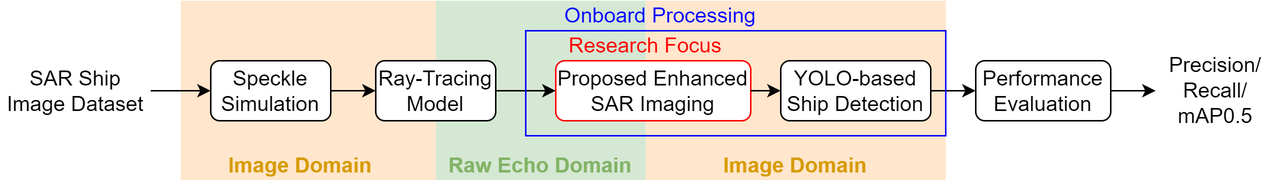
The draw.io diagram document/group_meeting/2026-08-24/figures/evaluation_framework.png in jentsechen/csa-sar-imaging, before a commit. Source tidied: cells renumbered, new cells last; positions are measured from the earlier drawing's top-left corner, leaving out a move shared by most shapes. Source of this version:
```xml
<mxGraphModel>
  <root>
    <mxCell id="0" />
    <mxCell id="1" parent="0" />
    <mxCell id="2" style="rounded=0;whiteSpace=wrap;html=1;fillColor=#d5e8d4;strokeColor=none;" parent="1" vertex="1">
      <mxGeometry x="290" width="140" height="120" as="geometry" />
    </mxCell>
    <mxCell id="3" style="rounded=0;whiteSpace=wrap;html=1;fillColor=#ffe6cc;strokeColor=none;" parent="1" vertex="1">
      <mxGeometry x="430" width="200" height="120" as="geometry" />
    </mxCell>
    <mxCell id="4" style="rounded=0;whiteSpace=wrap;html=1;fillColor=#ffe6cc;strokeColor=none;" parent="1" vertex="1">
      <mxGeometry x="120" width="170" height="120" as="geometry" />
    </mxCell>
    <mxCell id="5" style="endArrow=classic;html=1;rounded=0;entryX=0;entryY=0.5;entryDx=0;entryDy=0;exitX=1;exitY=0.5;exitDx=0;exitDy=0;" parent="1" edge="1" source="8" target="12">
      <mxGeometry relative="1" as="geometry" />
    </mxCell>
    <mxCell id="6" value="&lt;font style=&quot;font-size: 14px;&quot;&gt;Proposed Enhanced SAR Imaging&lt;/font&gt;" style="rounded=1;whiteSpace=wrap;html=1;strokeColor=#FF0000;" parent="1" vertex="1">
      <mxGeometry x="370" y="40" width="130" height="40" as="geometry" />
    </mxCell>
    <mxCell id="7" value="&lt;font style=&quot;font-size: 14px;&quot;&gt;Ray-Tracing Model&lt;/font&gt;" style="rounded=1;whiteSpace=wrap;html=1;" parent="1" vertex="1">
      <mxGeometry x="250" y="40" width="80" height="40" as="geometry" />
    </mxCell>
    <mxCell id="8" value="&lt;font style=&quot;font-size: 14px;&quot;&gt;SAR Ship Image Dataset&lt;/font&gt;" style="text;html=1;align=center;verticalAlign=middle;whiteSpace=wrap;rounded=0;" parent="1" vertex="1">
      <mxGeometry y="40" width="100" height="40" as="geometry" />
    </mxCell>
    <mxCell id="9" style="endArrow=classic;html=1;rounded=0;exitX=1;exitY=0.5;exitDx=0;exitDy=0;entryX=0;entryY=0.5;entryDx=0;entryDy=0;" parent="1" edge="1" source="7" target="6">
      <mxGeometry relative="1" as="geometry" />
    </mxCell>
    <mxCell id="10" value="&lt;font style=&quot;font-size: 14px;&quot;&gt;Performance Evaluation&lt;/font&gt;" style="rounded=1;whiteSpace=wrap;html=1;" parent="1" vertex="1">
      <mxGeometry x="650" y="40" width="90" height="40" as="geometry" />
    </mxCell>
    <mxCell id="11" style="endArrow=classic;html=1;rounded=0;entryX=0;entryY=0.5;entryDx=0;entryDy=0;exitX=1;exitY=0.5;exitDx=0;exitDy=0;" parent="1" edge="1" source="6" target="15">
      <mxGeometry relative="1" as="geometry" />
    </mxCell>
    <mxCell id="12" value="&lt;font style=&quot;font-size: 14px;&quot;&gt;Speckle Simulation&lt;/font&gt;" style="rounded=1;whiteSpace=wrap;html=1;" parent="1" vertex="1">
      <mxGeometry x="140" y="40" width="80" height="40" as="geometry" />
    </mxCell>
    <mxCell id="13" style="endArrow=classic;html=1;rounded=0;fontColor=#000000;exitX=1;exitY=0.5;exitDx=0;exitDy=0;entryX=0;entryY=0.5;entryDx=0;entryDy=0;" parent="1" edge="1" source="10" target="14">
      <mxGeometry relative="1" as="geometry" />
    </mxCell>
    <mxCell id="14" value="&lt;font style=&quot;font-size: 14px;&quot;&gt;Precision/ Recall/ mAP0.5&lt;/font&gt;" style="text;html=1;strokeColor=none;fillColor=none;align=center;verticalAlign=middle;whiteSpace=wrap;rounded=0;fontColor=#000000;" parent="1" vertex="1">
      <mxGeometry x="770" y="30" width="80" height="60" as="geometry" />
    </mxCell>
    <mxCell id="15" value="&lt;font style=&quot;font-size: 14px;&quot;&gt;YOLO-based Ship Detection&lt;/font&gt;" style="rounded=1;whiteSpace=wrap;html=1;" parent="1" vertex="1">
      <mxGeometry x="520" y="40" width="100" height="40" as="geometry" />
    </mxCell>
    <mxCell id="16" value="&lt;font style=&quot;font-size: 14px;&quot; color=&quot;#ff0000&quot;&gt;Research Focus&lt;/font&gt;" style="text;html=1;align=center;verticalAlign=middle;whiteSpace=wrap;rounded=0;" parent="1" vertex="1">
      <mxGeometry x="370" y="20" width="120" height="20" as="geometry" />
    </mxCell>
    <mxCell id="17" style="endArrow=classic;html=1;rounded=0;exitX=1;exitY=0.5;exitDx=0;exitDy=0;entryX=0;entryY=0.5;entryDx=0;entryDy=0;" parent="1" edge="1" source="15" target="10">
      <mxGeometry relative="1" as="geometry" />
    </mxCell>
    <mxCell id="18" value="&lt;font style=&quot;font-size: 14px;&quot; color=&quot;#0000ff&quot;&gt;Onboard Processing&lt;/font&gt;" style="text;html=1;align=center;verticalAlign=middle;whiteSpace=wrap;rounded=0;" parent="1" vertex="1">
      <mxGeometry x="370" width="140" height="20" as="geometry" />
    </mxCell>
    <mxCell id="19" style="endArrow=classic;html=1;rounded=0;exitX=1;exitY=0.5;exitDx=0;exitDy=0;entryX=0;entryY=0.5;entryDx=0;entryDy=0;" parent="1" edge="1" source="12" target="7">
      <mxGeometry relative="1" as="geometry" />
    </mxCell>
    <mxCell id="20" value="&lt;font size=&quot;1&quot; color=&quot;#d79b00&quot;&gt;&lt;b style=&quot;font-size: 14px;&quot;&gt;Image Domain&lt;/b&gt;&lt;/font&gt;" style="text;html=1;align=center;verticalAlign=middle;whiteSpace=wrap;rounded=0;" parent="1" vertex="1">
      <mxGeometry x="140" y="100" width="120" height="20" as="geometry" />
    </mxCell>
    <mxCell id="21" value="&lt;font size=&quot;1&quot; color=&quot;#d79b00&quot;&gt;&lt;b style=&quot;font-size: 14px;&quot;&gt;Image Domain&lt;/b&gt;&lt;/font&gt;" style="text;html=1;align=center;verticalAlign=middle;whiteSpace=wrap;rounded=0;" parent="1" vertex="1">
      <mxGeometry x="470" y="100" width="120" height="20" as="geometry" />
    </mxCell>
    <mxCell id="22" value="&lt;font size=&quot;1&quot; color=&quot;#82b366&quot;&gt;&lt;b style=&quot;font-size: 14px;&quot;&gt;Raw Echo Domain&lt;/b&gt;&lt;/font&gt;" style="text;html=1;align=center;verticalAlign=middle;whiteSpace=wrap;rounded=0;" parent="1" vertex="1">
      <mxGeometry x="290" y="100" width="140" height="20" as="geometry" />
    </mxCell>
    <mxCell id="23" style="rounded=0;whiteSpace=wrap;html=1;fillColor=none;strokeColor=#0000FF;strokeWidth=1;" parent="1" vertex="1">
      <mxGeometry x="350" y="20" width="280" height="70" as="geometry" />
    </mxCell>
  </root>
</mxGraphModel>
```
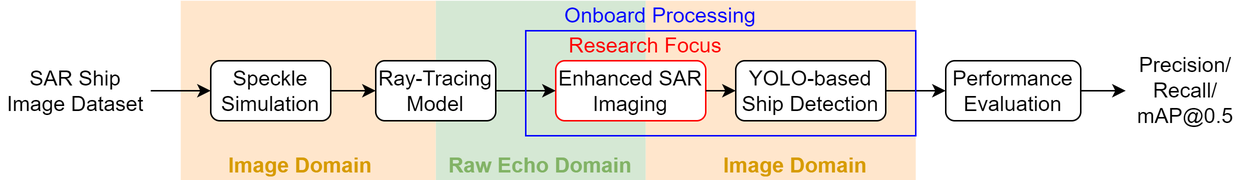
The same diagram one commit later.

The edit, as a diff of the source:
```diff
@@ -6,7 +6,7 @@
       <mxGeometry x="290" width="140" height="120" as="geometry" />
     </mxCell>
     <mxCell id="3" style="rounded=0;whiteSpace=wrap;html=1;fillColor=#ffe6cc;strokeColor=none;" parent="1" vertex="1">
-      <mxGeometry x="430" width="200" height="120" as="geometry" />
+      <mxGeometry x="430" width="180" height="120" as="geometry" />
     </mxCell>
     <mxCell id="4" style="rounded=0;whiteSpace=wrap;html=1;fillColor=#ffe6cc;strokeColor=none;" parent="1" vertex="1">
       <mxGeometry x="120" width="170" height="120" as="geometry" />
@@ -14,8 +14,8 @@
     <mxCell id="5" style="endArrow=classic;html=1;rounded=0;entryX=0;entryY=0.5;entryDx=0;entryDy=0;exitX=1;exitY=0.5;exitDx=0;exitDy=0;" parent="1" edge="1" source="8" target="12">
       <mxGeometry relative="1" as="geometry" />
     </mxCell>
-    <mxCell id="6" value="&lt;font style=&quot;font-size: 14px;&quot;&gt;Proposed Enhanced SAR Imaging&lt;/font&gt;" style="rounded=1;whiteSpace=wrap;html=1;strokeColor=#FF0000;" parent="1" vertex="1">
-      <mxGeometry x="370" y="40" width="130" height="40" as="geometry" />
+    <mxCell id="6" value="&lt;font style=&quot;font-size: 14px;&quot;&gt;Enhanced SAR Imaging&lt;/font&gt;" style="rounded=1;whiteSpace=wrap;html=1;strokeColor=#FF0000;" parent="1" vertex="1">
+      <mxGeometry x="370" y="40" width="100" height="40" as="geometry" />
     </mxCell>
     <mxCell id="7" value="&lt;font style=&quot;font-size: 14px;&quot;&gt;Ray-Tracing Model&lt;/font&gt;" style="rounded=1;whiteSpace=wrap;html=1;" parent="1" vertex="1">
       <mxGeometry x="250" y="40" width="80" height="40" as="geometry" />
@@ -27,7 +27,7 @@
       <mxGeometry relative="1" as="geometry" />
     </mxCell>
     <mxCell id="10" value="&lt;font style=&quot;font-size: 14px;&quot;&gt;Performance Evaluation&lt;/font&gt;" style="rounded=1;whiteSpace=wrap;html=1;" parent="1" vertex="1">
-      <mxGeometry x="650" y="40" width="90" height="40" as="geometry" />
+      <mxGeometry x="630" y="40" width="90" height="40" as="geometry" />
     </mxCell>
     <mxCell id="11" style="endArrow=classic;html=1;rounded=0;entryX=0;entryY=0.5;entryDx=0;entryDy=0;exitX=1;exitY=0.5;exitDx=0;exitDy=0;" parent="1" edge="1" source="6" target="15">
       <mxGeometry relative="1" as="geometry" />
@@ -38,11 +38,11 @@
     <mxCell id="13" style="endArrow=classic;html=1;rounded=0;fontColor=#000000;exitX=1;exitY=0.5;exitDx=0;exitDy=0;entryX=0;entryY=0.5;entryDx=0;entryDy=0;" parent="1" edge="1" source="10" target="14">
       <mxGeometry relative="1" as="geometry" />
     </mxCell>
-    <mxCell id="14" value="&lt;font style=&quot;font-size: 14px;&quot;&gt;Precision/ Recall/ mAP0.5&lt;/font&gt;" style="text;html=1;strokeColor=none;fillColor=none;align=center;verticalAlign=middle;whiteSpace=wrap;rounded=0;fontColor=#000000;" parent="1" vertex="1">
-      <mxGeometry x="770" y="30" width="80" height="60" as="geometry" />
+    <mxCell id="14" value="&lt;font style=&quot;font-size: 14px;&quot;&gt;Precision/ Recall/ mAP@0.5&lt;/font&gt;" style="text;html=1;strokeColor=none;fillColor=none;align=center;verticalAlign=middle;whiteSpace=wrap;rounded=0;fontColor=#000000;" parent="1" vertex="1">
+      <mxGeometry x="750" y="30" width="80" height="60" as="geometry" />
     </mxCell>
     <mxCell id="15" value="&lt;font style=&quot;font-size: 14px;&quot;&gt;YOLO-based Ship Detection&lt;/font&gt;" style="rounded=1;whiteSpace=wrap;html=1;" parent="1" vertex="1">
-      <mxGeometry x="520" y="40" width="100" height="40" as="geometry" />
+      <mxGeometry x="490" y="40" width="100" height="40" as="geometry" />
     </mxCell>
     <mxCell id="16" value="&lt;font style=&quot;font-size: 14px;&quot; color=&quot;#ff0000&quot;&gt;Research Focus&lt;/font&gt;" style="text;html=1;align=center;verticalAlign=middle;whiteSpace=wrap;rounded=0;" parent="1" vertex="1">
       <mxGeometry x="370" y="20" width="120" height="20" as="geometry" />
@@ -66,7 +66,7 @@
       <mxGeometry x="290" y="100" width="140" height="20" as="geometry" />
     </mxCell>
     <mxCell id="23" style="rounded=0;whiteSpace=wrap;html=1;fillColor=none;strokeColor=#0000FF;strokeWidth=1;" parent="1" vertex="1">
-      <mxGeometry x="350" y="20" width="280" height="70" as="geometry" />
+      <mxGeometry x="350" y="20" width="260" height="70" as="geometry" />
     </mxCell>
   </root>
 </mxGraphModel>
```
